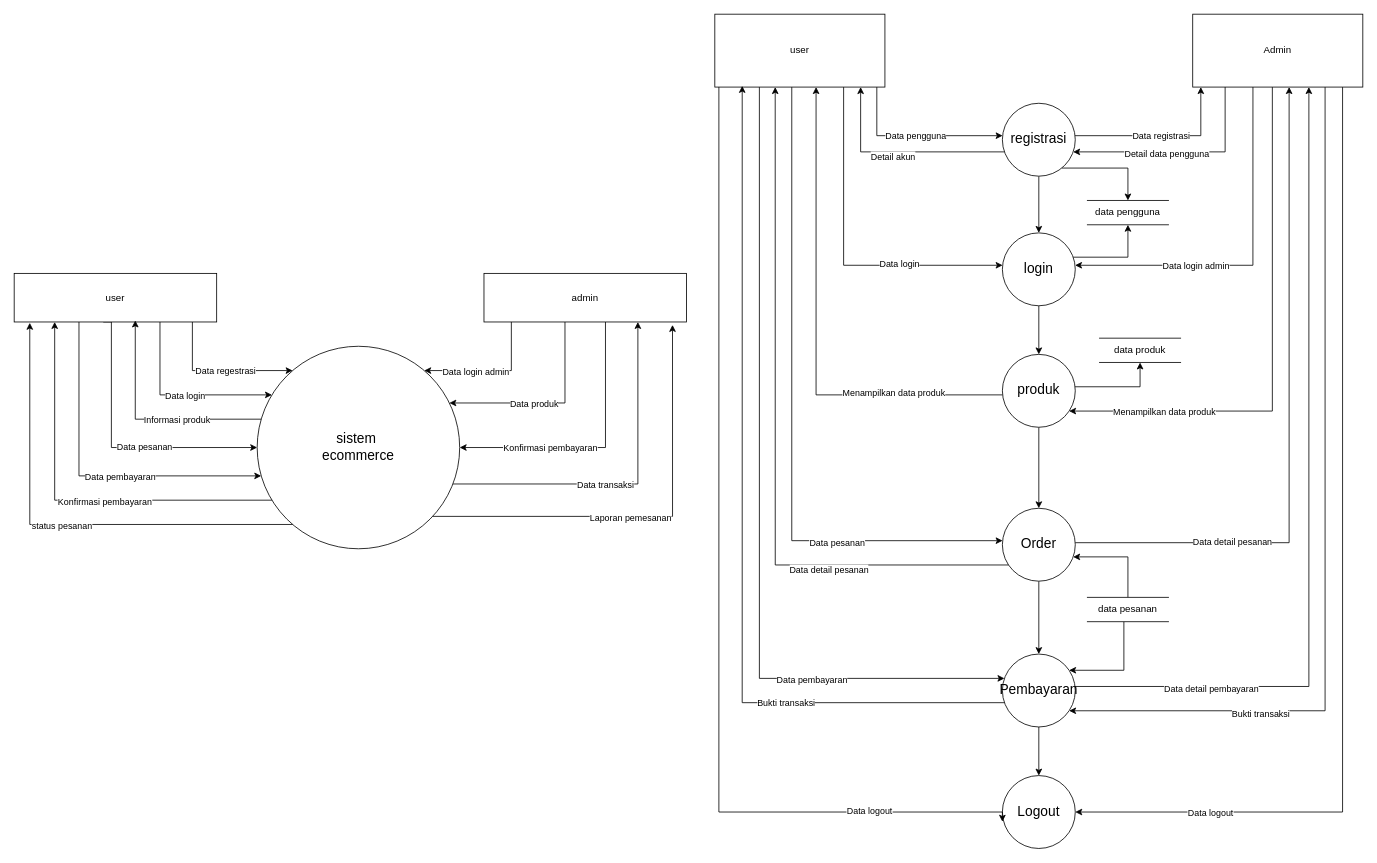
Above: DFD-Level-0-1-Ecommerce-Elektronik.drawio in zerocode0806/Flowchart-E-Comerce-Elektronik (draw.io), before the change. Source tidied: cells renumbered, new cells numbered last; positions are measured from the earlier drawing's top-left corner, leaving out a move shared by most shapes. Both pictures are drawn from the tidied source at 81%, with x=0, y=0 at pixel (14, 14).
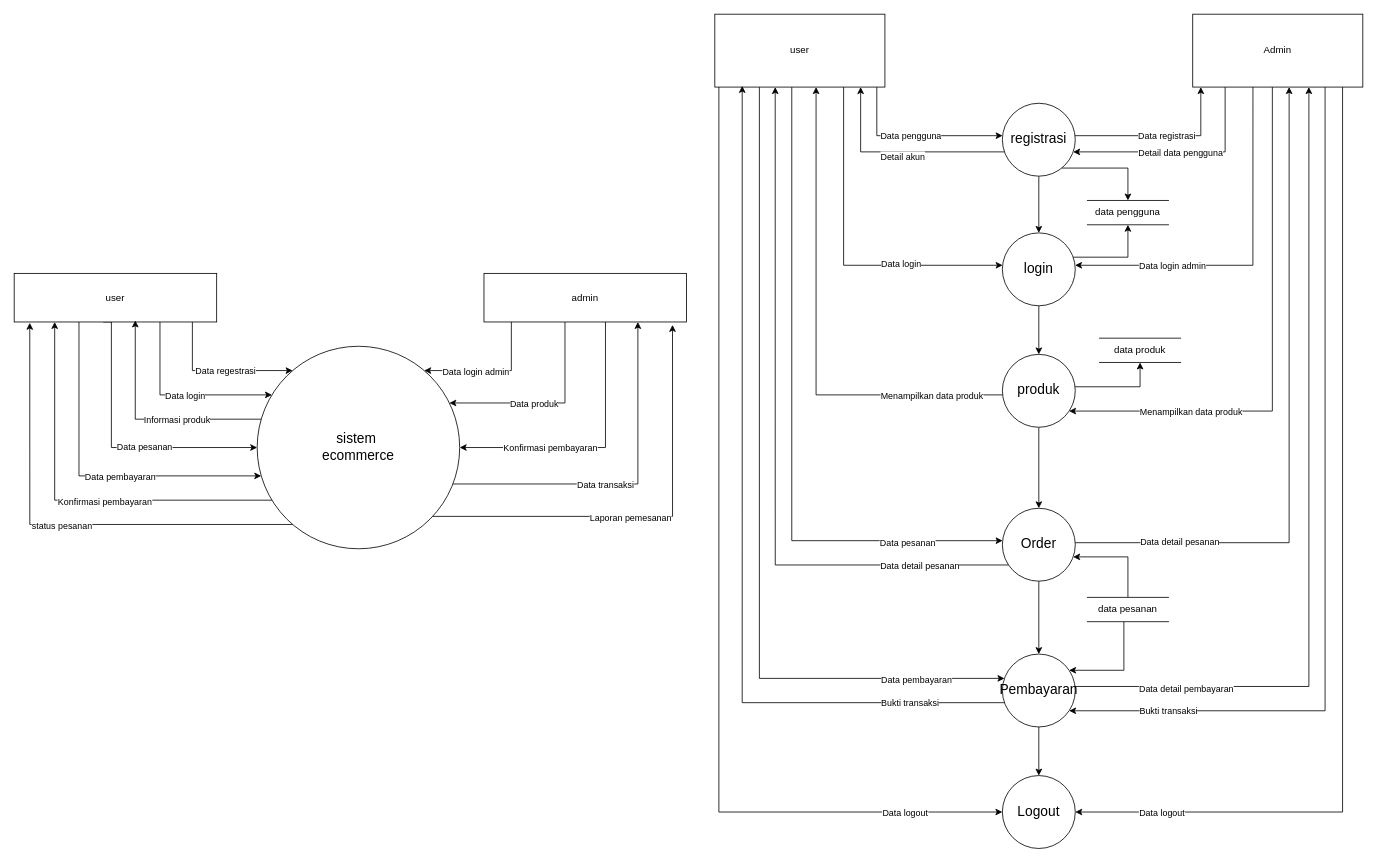
After the change.

The change refers to these unchanged cells:
```xml
<mxCell id="4" style="edgeStyle=orthogonalEdgeStyle;rounded=0;jettySize=auto;html=1;" parent="1" edge="1" source="12" target="28">
  <mxGeometry relative="1" as="geometry">
    <Array as="points">
      <mxPoint x="1065" y="150" />
    </Array>
  </mxGeometry>
</mxCell>
<mxCell id="6" style="edgeStyle=orthogonalEdgeStyle;rounded=0;jettySize=auto;html=1;" parent="1" edge="1" source="12" target="34">
  <mxGeometry relative="1" as="geometry">
    <Array as="points">
      <mxPoint x="1024" y="310" />
    </Array>
  </mxGeometry>
</mxCell>
<mxCell id="8" style="edgeStyle=orthogonalEdgeStyle;rounded=0;jettySize=auto;html=1;" parent="1" edge="1" source="12" target="38">
  <mxGeometry relative="1" as="geometry">
    <Array as="points">
      <mxPoint x="960" y="650" />
    </Array>
  </mxGeometry>
</mxCell>
<mxCell id="10" style="edgeStyle=orthogonalEdgeStyle;rounded=0;jettySize=auto;html=1;" parent="1" edge="1" source="12" target="46">
  <mxGeometry relative="1" as="geometry">
    <Array as="points">
      <mxPoint x="920" y="820" />
    </Array>
  </mxGeometry>
</mxCell>
<mxCell id="12" value="user" style="html=1;dashed=0;whiteSpace=wrap;" parent="1" vertex="1">
  <mxGeometry x="865" width="210" height="90" as="geometry" />
</mxCell>
<mxCell id="13" style="edgeStyle=orthogonalEdgeStyle;rounded=0;jettySize=auto;html=1;" parent="1" edge="1" target="73">
  <mxGeometry relative="1" as="geometry">
    <mxPoint x="1553.3" y="90" as="sourcePoint" />
    <Array as="points">
      <mxPoint x="1553" y="490" />
    </Array>
  </mxGeometry>
</mxCell>
<mxCell id="15" style="edgeStyle=orthogonalEdgeStyle;rounded=0;jettySize=auto;html=1;" parent="1" edge="1" target="46">
  <mxGeometry relative="1" as="geometry">
    <mxPoint x="1618.4" y="90" as="sourcePoint" />
    <Array as="points">
      <mxPoint x="1618" y="860" />
    </Array>
  </mxGeometry>
</mxCell>
<mxCell id="17" style="edgeStyle=orthogonalEdgeStyle;rounded=0;jettySize=auto;html=1;exitX=0.354;exitY=0.995;exitDx=0;exitDy=0;exitPerimeter=0;" parent="1" edge="1" source="21" target="34">
  <mxGeometry relative="1" as="geometry">
    <Array as="points">
      <mxPoint x="1529" y="310" />
    </Array>
  </mxGeometry>
</mxCell>
<mxCell id="19" style="edgeStyle=orthogonalEdgeStyle;rounded=0;jettySize=auto;html=1;entryX=1;entryY=0.5;entryDx=0;entryDy=0;" parent="1" edge="1" source="21" target="81">
  <mxGeometry relative="1" as="geometry">
    <Array as="points">
      <mxPoint x="1640" y="985" />
    </Array>
  </mxGeometry>
</mxCell>
<mxCell id="22" style="edgeStyle=orthogonalEdgeStyle;rounded=0;jettySize=auto;html=1;" parent="1" edge="1" source="28" target="21">
  <mxGeometry relative="1" as="geometry">
    <Array as="points">
      <mxPoint x="1465" y="150" />
    </Array>
  </mxGeometry>
</mxCell>
<mxCell id="24" style="edgeStyle=orthogonalEdgeStyle;rounded=0;jettySize=auto;html=1;" parent="1" edge="1" source="28" target="12">
  <mxGeometry relative="1" as="geometry">
    <Array as="points">
      <mxPoint x="1045" y="170" />
    </Array>
  </mxGeometry>
</mxCell>
<mxCell id="30" style="edgeStyle=orthogonalEdgeStyle;rounded=0;jettySize=auto;html=1;" parent="1" edge="1" source="21" target="28">
  <mxGeometry relative="1" as="geometry">
    <Array as="points">
      <mxPoint x="1495" y="170" />
    </Array>
  </mxGeometry>
</mxCell>
<mxCell id="35" style="edgeStyle=orthogonalEdgeStyle;rounded=0;jettySize=auto;html=1;" parent="1" edge="1" source="73" target="12">
  <mxGeometry relative="1" as="geometry">
    <Array as="points">
      <mxPoint x="990" y="470" />
    </Array>
  </mxGeometry>
</mxCell>
<mxCell id="39" style="edgeStyle=orthogonalEdgeStyle;rounded=0;jettySize=auto;html=1;" parent="1" edge="1" target="21">
  <mxGeometry relative="1" as="geometry">
    <mxPoint x="1310" y="652.5" as="sourcePoint" />
    <Array as="points">
      <mxPoint x="1574" y="653" />
    </Array>
  </mxGeometry>
</mxCell>
<mxCell id="41" style="edgeStyle=orthogonalEdgeStyle;rounded=0;jettySize=auto;html=1;entryX=0.355;entryY=1;entryDx=0;entryDy=0;entryPerimeter=0;" parent="1" edge="1" source="38" target="12">
  <mxGeometry relative="1" as="geometry">
    <Array as="points">
      <mxPoint x="940" y="680" />
    </Array>
  </mxGeometry>
</mxCell>
<mxCell id="43" style="edgeStyle=orthogonalEdgeStyle;rounded=0;jettySize=auto;html=1;" parent="1" edge="1" source="46">
  <mxGeometry relative="1" as="geometry">
    <mxPoint x="1598.4" y="90" as="targetPoint" />
    <Array as="points">
      <mxPoint x="1598" y="830" />
    </Array>
  </mxGeometry>
</mxCell>
<mxCell id="50" style="edgeStyle=orthogonalEdgeStyle;rounded=0;jettySize=auto;html=1;entryX=0.161;entryY=0.984;entryDx=0;entryDy=0;entryPerimeter=0;" parent="1" edge="1" source="46" target="12">
  <mxGeometry relative="1" as="geometry">
    <Array as="points">
      <mxPoint x="899" y="850" />
    </Array>
  </mxGeometry>
</mxCell>
<mxCell id="81" value="&lt;span style=&quot;font-size: 17px;&quot;&gt;Logout&lt;/span&gt;" style="shape=ellipse;html=1;dashed=0;whiteSpace=wrap;perimeter=ellipsePerimeter;" parent="1" vertex="1">
  <mxGeometry x="1220" y="940" width="90" height="90" as="geometry" />
</mxCell>
```

What changed in the source:
```diff
@@
     <mxCell id="5" value="Data pengguna" style="edgeLabel;html=1;align=center;verticalAlign=middle;" parent="4" vertex="1">
       <mxGeometry x="0.33" relative="1" as="geometry">
-        <mxPoint x="-36" as="offset" />
+        <mxPoint x="-42" as="offset" />
       </mxGeometry>
     </mxCell>
@@
     <mxCell id="7" value="Data login" style="edgeLabel;html=1;align=center;verticalAlign=middle;" parent="6" vertex="1">
       <mxGeometry x="0.6" y="2" relative="1" as="geometry">
-        <mxPoint x="-45" as="offset" />
+        <mxPoint x="-43" as="offset" />
       </mxGeometry>
     </mxCell>
@@
     <mxCell id="9" value="Data pesanan" style="edgeLabel;html=1;align=center;verticalAlign=middle;" parent="8" vertex="1">
       <mxGeometry x="0.65" y="-2" relative="1" as="geometry">
-        <mxPoint x="-62" as="offset" />
+        <mxPoint x="25" as="offset" />
       </mxGeometry>
     </mxCell>
@@
     <mxCell id="11" value="Data pembayaran" style="edgeLabel;html=1;align=center;verticalAlign=middle;" parent="10" vertex="1">
       <mxGeometry x="0.69" y="-1" relative="1" as="geometry">
-        <mxPoint x="-79" as="offset" />
+        <mxPoint x="50" as="offset" />
       </mxGeometry>
     </mxCell>
@@
     <mxCell id="14" value="Menampilkan data produk" style="edgeLabel;html=1;align=center;verticalAlign=middle;" parent="13" vertex="1">
       <mxGeometry x="0.63" y="1" relative="1" as="geometry">
-        <mxPoint x="-4" y="-1" as="offset" />
+        <mxPoint x="29" y="-1" as="offset" />
       </mxGeometry>
     </mxCell>
@@
     <mxCell id="16" value="Bukti transaksi" style="edgeLabel;html=1;align=center;verticalAlign=middle;" parent="15" vertex="1">
       <mxGeometry x="0.71" y="3" relative="1" as="geometry">
-        <mxPoint x="79" as="offset" />
+        <mxPoint x="-35" y="-3" as="offset" />
       </mxGeometry>
     </mxCell>
@@
     <mxCell id="18" value="Data login admin" style="edgeLabel;html=1;align=center;verticalAlign=middle;" parent="17" vertex="1">
       <mxGeometry x="0.56" relative="1" as="geometry">
-        <mxPoint x="52" as="offset" />
+        <mxPoint x="23" as="offset" />
       </mxGeometry>
     </mxCell>
@@
     <mxCell id="20" value="Data logout" style="edgeLabel;html=1;align=center;verticalAlign=middle;" parent="19" vertex="1">
       <mxGeometry x="0.73" relative="1" as="geometry">
-        <mxPoint x="1" as="offset" />
+        <mxPoint x="-59" as="offset" />
       </mxGeometry>
     </mxCell>
@@
     <mxCell id="23" value="Data registrasi" style="edgeLabel;html=1;align=center;verticalAlign=middle;" parent="22" vertex="1">
       <mxGeometry x="-0.36" relative="1" as="geometry">
-        <mxPoint x="37" as="offset" />
+        <mxPoint x="44" as="offset" />
       </mxGeometry>
     </mxCell>
@@
     <mxCell id="25" value="Detail akun" style="edgeLabel;html=1;align=center;verticalAlign=middle;" parent="24" vertex="1">
       <mxGeometry x="-0.34" y="1" relative="1" as="geometry">
-        <mxPoint x="-53" y="4" as="offset" />
+        <mxPoint x="-41" y="4" as="offset" />
       </mxGeometry>
     </mxCell>
@@
     <mxCell id="31" value="Detail data pengguna" style="edgeLabel;html=1;align=center;verticalAlign=middle;" parent="30" vertex="1">
       <mxGeometry x="0.38" y="2" relative="1" as="geometry">
-        <mxPoint x="32" as="offset" />
+        <mxPoint x="49" y="-2" as="offset" />
       </mxGeometry>
     </mxCell>
@@
     <mxCell id="36" value="Menampilkan data produk" style="edgeLabel;html=1;align=center;verticalAlign=middle;" parent="35" vertex="1">
       <mxGeometry x="-0.6" y="-3" relative="1" as="geometry">
-        <mxPoint x="-13" as="offset" />
+        <mxPoint x="34" y="3" as="offset" />
       </mxGeometry>
     </mxCell>
@@
     <mxCell id="40" value="Data detail pesanan" style="edgeLabel;html=1;align=center;verticalAlign=middle;" parent="39" vertex="1">
       <mxGeometry x="-0.7" y="1" relative="1" as="geometry">
-        <mxPoint x="69" as="offset" />
+        <mxPoint x="4" as="offset" />
       </mxGeometry>
     </mxCell>
@@
     <mxCell id="42" value="Data detail pesanan" style="edgeLabel;html=1;align=center;verticalAlign=middle;" parent="41" vertex="1">
       <mxGeometry x="-0.64" relative="1" as="geometry">
-        <mxPoint x="-64" y="5" as="offset" />
+        <mxPoint x="48" as="offset" />
       </mxGeometry>
     </mxCell>
@@
     <mxCell id="44" value="Data detail pembayaran" style="edgeLabel;html=1;align=center;verticalAlign=middle;" parent="43" vertex="1">
       <mxGeometry x="-0.76" y="-2" relative="1" as="geometry">
-        <mxPoint x="45" as="offset" />
+        <mxPoint x="14" as="offset" />
       </mxGeometry>
     </mxCell>
@@
     <mxCell id="51" value="Bukti transaksi" style="edgeLabel;html=1;align=center;verticalAlign=middle;" parent="50" vertex="1">
       <mxGeometry x="-0.68" relative="1" as="geometry">
-        <mxPoint x="-96" as="offset" />
+        <mxPoint x="57" as="offset" />
       </mxGeometry>
     </mxCell>
@@
-    <mxCell id="82" style="edgeStyle=orthogonalEdgeStyle;rounded=0;jettySize=auto;html=1;entryX=0;entryY=0.633;entryDx=0;entryDy=0;entryPerimeter=0;" parent="1" edge="1" source="12" target="81">
+    <mxCell id="82" style="edgeStyle=orthogonalEdgeStyle;rounded=0;jettySize=auto;html=1;" parent="1" edge="1" source="12" target="81">
       <mxGeometry relative="1" as="geometry">
         <Array as="points">
           <mxPoint x="870" y="985" />
-          <mxPoint x="1220" y="985" />
         </Array>
       </mxGeometry>
     </mxCell>
     <mxCell id="83" value="Data logout" style="edgeLabel;html=1;align=center;verticalAlign=middle;" parent="82" vertex="1">
       <mxGeometry x="0.72" y="2" relative="1" as="geometry">
-        <mxPoint x="-1" as="offset" />
+        <mxPoint x="53" y="2" as="offset" />
       </mxGeometry>
     </mxCell>
```
